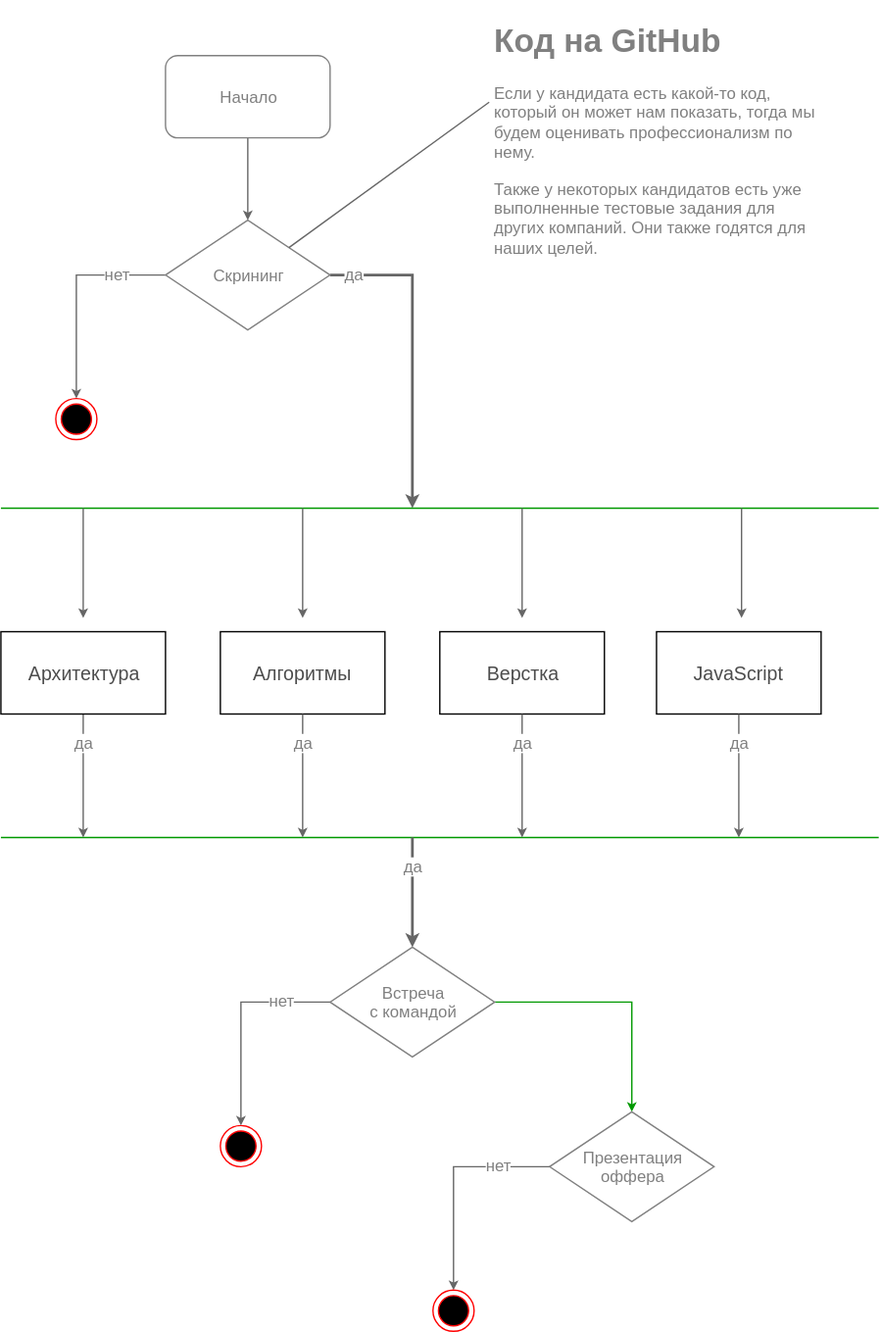
The draw.io diagram yandex-hiring.svg in ajile/draw-io, before a commit. Source tidied: cells renumbered, new cells last; positions are measured from the earlier drawing's top-left corner, leaving out a move shared by most shapes.
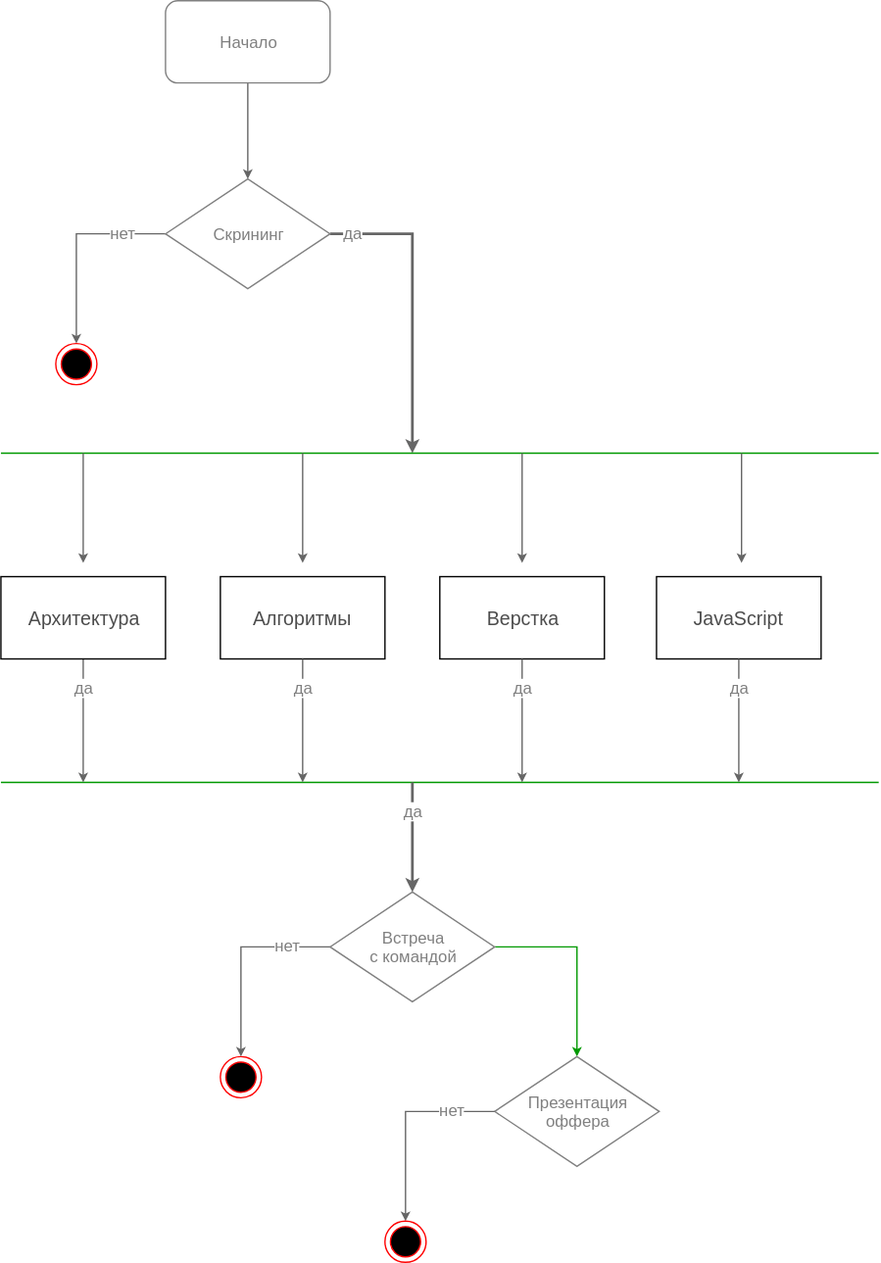
Later version of the same file.

The edit, as a diff of the source:
```diff
@@ -27,17 +27,11 @@
       </mxGeometry>
     </mxCell>
     <mxCell id="8" value="&lt;div style=&quot;text-align: center&quot;&gt;&lt;span&gt;Скрининг&lt;/span&gt;&lt;/div&gt;" style="rhombus;whiteSpace=wrap;html=1;strokeColor=#808080;fontSize=12;fontColor=#808080;align=center;" parent="1" vertex="1">
-      <mxGeometry x="120" y="150" width="120" height="80" as="geometry" />
+      <mxGeometry x="120" y="160" width="120" height="80" as="geometry" />
     </mxCell>
     <mxCell id="9" style="ellipse;html=1;shape=endState;fillColor=#000000;strokeColor=#ff0000;fontSize=12;fontColor=#808080;align=center;" parent="1" vertex="1">
       <mxGeometry x="40" y="280" width="30" height="30" as="geometry" />
     </mxCell>
-    <mxCell id="10" value="&lt;h1&gt;Код на GitHub&lt;/h1&gt;&lt;p&gt;Если у кандидата есть какой-то код, который он может нам показать, тогда мы будем оценивать профессионализм по нему.&lt;/p&gt;&lt;p&gt;Также у некоторых кандидатов есть уже выполненные тестовые задания для других компаний. Они также годятся для наших целей.&lt;/p&gt;" style="text;html=1;strokeColor=none;fillColor=none;spacing=5;spacingTop=-20;whiteSpace=wrap;overflow=hidden;fontSize=12;fontColor=#808080;align=left;" parent="1" vertex="1">
-      <mxGeometry x="355" width="245" height="180" as="geometry" />
-    </mxCell>
-    <mxCell id="11" style="rounded=0;html=1;entryX=1;entryY=0;startSize=4;endArrow=none;endFill=0;endSize=4;jettySize=auto;strokeColor=#666666;strokeWidth=1;fontSize=12;fontColor=#808080;exitX=0.004;exitY=0.356;exitPerimeter=0;" parent="1" edge="1" source="10" target="8">
-      <mxGeometry relative="1" as="geometry" />
-    </mxCell>
     <mxCell id="12" style="endArrow=none;html=1;strokeColor=#009900;strokeWidth=1;fontSize=36;fontColor=#4579AD;" parent="1" edge="1">
       <mxGeometry relative="1" as="geometry">
         <mxPoint y="360" as="sourcePoint" />
@@ -140,17 +134,21 @@
         <mxPoint y="13" as="offset" />
       </mxGeometry>
     </mxCell>
-    <mxCell id="32" style="edgeStyle=orthogonalEdgeStyle;rounded=0;html=1;entryX=0.5;entryY=0;startSize=4;endArrow=classic;endFill=1;endSize=4;jettySize=auto;strokeColor=#009900;strokeWidth=1;fontSize=14;fontColor=#4D4D4D;" parent="1" edge="1" source="33" target="34">
-      <mxGeometry relative="1" as="geometry" />
+    <mxCell id="32" style="edgeStyle=orthogonalEdgeStyle;rounded=0;html=1;entryX=0.5;entryY=0;startSize=4;endArrow=classic;endFill=1;endSize=4;jettySize=auto;strokeColor=#009900;strokeWidth=1;fontSize=14;fontColor=#4D4D4D;exitX=1;exitY=0.5;" parent="1" edge="1" source="33" target="34">
+      <mxGeometry relative="1" as="geometry">
+        <Array as="points">
+          <mxPoint x="420" y="720" />
+        </Array>
+      </mxGeometry>
     </mxCell>
     <mxCell id="33" value="&lt;div style=&quot;text-align: center&quot;&gt;&lt;span&gt;Встреча&lt;br&gt;с командой&lt;/span&gt;&lt;/div&gt;" style="rhombus;whiteSpace=wrap;html=1;strokeColor=#808080;fontSize=12;fontColor=#808080;align=center;" parent="1" vertex="1">
       <mxGeometry x="240" y="680" width="120" height="80" as="geometry" />
     </mxCell>
     <mxCell id="34" value="&lt;div style=&quot;text-align: center&quot;&gt;&lt;span&gt;Презентация&lt;br&gt;оффера&lt;/span&gt;&lt;/div&gt;" style="rhombus;whiteSpace=wrap;html=1;strokeColor=#808080;fontSize=12;fontColor=#808080;align=center;" parent="1" vertex="1">
-      <mxGeometry x="400" y="800" width="120" height="80" as="geometry" />
+      <mxGeometry x="360" y="800" width="120" height="80" as="geometry" />
     </mxCell>
     <mxCell id="35" style="ellipse;html=1;shape=endState;fillColor=#000000;strokeColor=#ff0000;fontSize=12;fontColor=#808080;align=center;" parent="1" vertex="1">
-      <mxGeometry x="160" y="810" width="30" height="30" as="geometry" />
+      <mxGeometry x="160" y="800" width="30" height="30" as="geometry" />
     </mxCell>
     <mxCell id="36" style="edgeStyle=orthogonalEdgeStyle;rounded=0;html=1;entryX=0.5;entryY=0;startSize=4;endArrow=classic;endFill=1;endSize=4;jettySize=auto;strokeColor=#666666;strokeWidth=1;fontSize=12;fontColor=#808080;" parent="1" edge="1" source="33" target="35">
       <mxGeometry relative="1" as="geometry">
@@ -165,11 +163,7 @@
       </mxGeometry>
     </mxCell>
     <mxCell id="38" style="edgeStyle=orthogonalEdgeStyle;rounded=0;html=1;entryX=0.5;entryY=0;startSize=4;endArrow=classic;endFill=1;endSize=4;jettySize=auto;strokeColor=#666666;strokeWidth=1;fontSize=12;fontColor=#808080;exitX=0;exitY=0.5;" parent="1" edge="1" source="34" target="40">
-      <mxGeometry relative="1" as="geometry">
-        <Array as="points">
-          <mxPoint x="330" y="840" />
-        </Array>
-      </mxGeometry>
+      <mxGeometry relative="1" as="geometry" />
     </mxCell>
     <mxCell id="39" value="нет" style="text;html=1;align=center;verticalAlign=middle;labelBackgroundColor=#ffffff;fontSize=12;fontColor=#808080;" parent="38" vertex="1">
       <mxGeometry x="-0.26" relative="1" as="geometry">
@@ -177,7 +171,7 @@
       </mxGeometry>
     </mxCell>
     <mxCell id="40" style="ellipse;html=1;shape=endState;fillColor=#000000;strokeColor=#ff0000;fontSize=12;fontColor=#808080;align=center;" parent="1" vertex="1">
-      <mxGeometry x="315" y="930" width="30" height="30" as="geometry" />
+      <mxGeometry x="280" y="920" width="30" height="30" as="geometry" />
     </mxCell>
   </root>
 </mxGraphModel>
```
